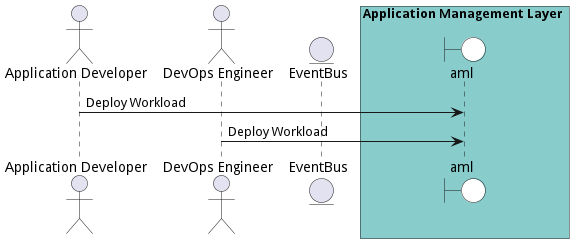
This is docs/edgemere/aml/usecases/manageworkloads/DeployWorkload.png from madajaju/edgemere, a PlantUML export, as it was before one commit. Its diagram source:
```plantuml
@startuml

actor "Application Developer"

actor "DevOps Engineer"


entity EventBus

box Application Management Layer #88cccc
    boundary aml #white
end box



"Application Developer" -> aml: Deploy Workload


"DevOps Engineer" -> aml: Deploy Workload



@enduml
```
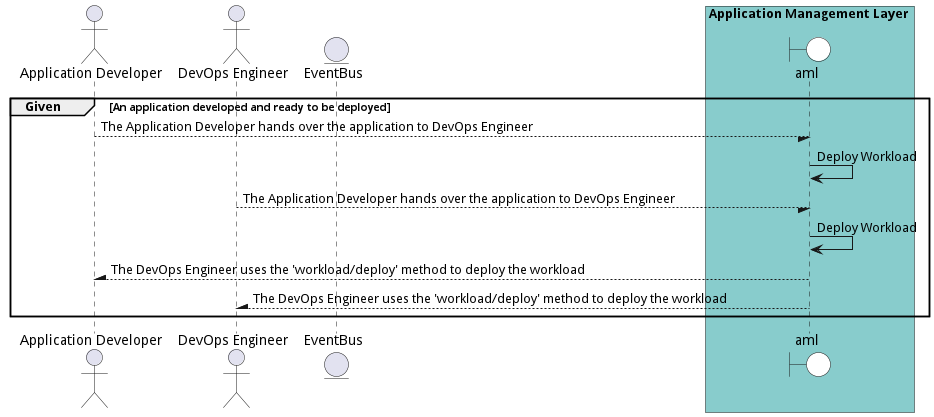
After the commit.

Change to the diagram source:
```diff
@@ -1,4 +1,5 @@
 @startuml
+
 
 actor "Application Developer"
 
@@ -12,12 +13,22 @@
 end box
 
 
+group Given [An application developed and ready to be deployed]
 
-"Application Developer" -> aml: Deploy Workload
+"Application Developer" --/ aml: The Application Developer hands over the application to DevOps Engineer
+"aml" -> aml: Deploy Workload
 
 
-"DevOps Engineer" -> aml: Deploy Workload
+"DevOps Engineer" --/ aml: The Application Developer hands over the application to DevOps Engineer
+"aml" -> aml: Deploy Workload
 
 
 
+"Application Developer" /-- aml: The DevOps Engineer uses the &#39;workload/deploy&#39; method to deploy the workload
+
+"DevOps Engineer" /-- aml: The DevOps Engineer uses the &#39;workload/deploy&#39; method to deploy the workload
+
+
+end
+
 @enduml
```
